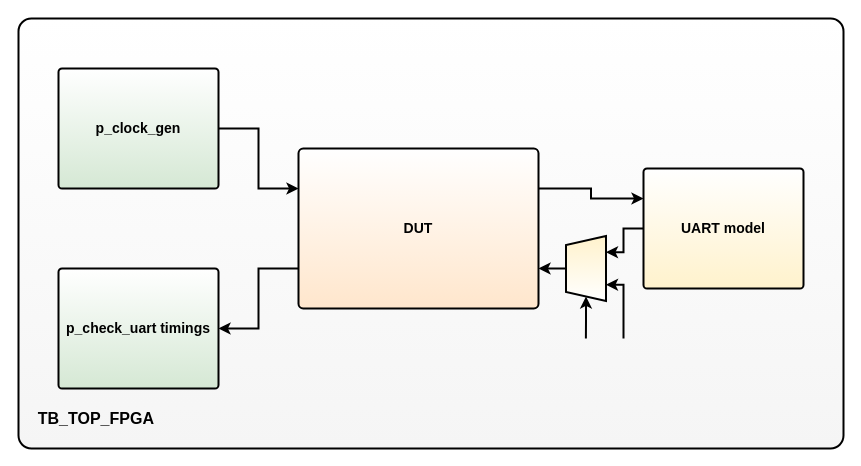
Before: page "TB-TOP-FPGA" (1 of 14) of docs/assets/uart.drawio in CharrierTim/uart, a draw.io diagram. Source tidied: cells renumbered, new cells numbered last; positions are measured from the earlier drawing's top-left corner, leaving out a move shared by most shapes. Both pictures are drawn from the tidied source at 100%, with x=0, y=0 at pixel (18, 18).
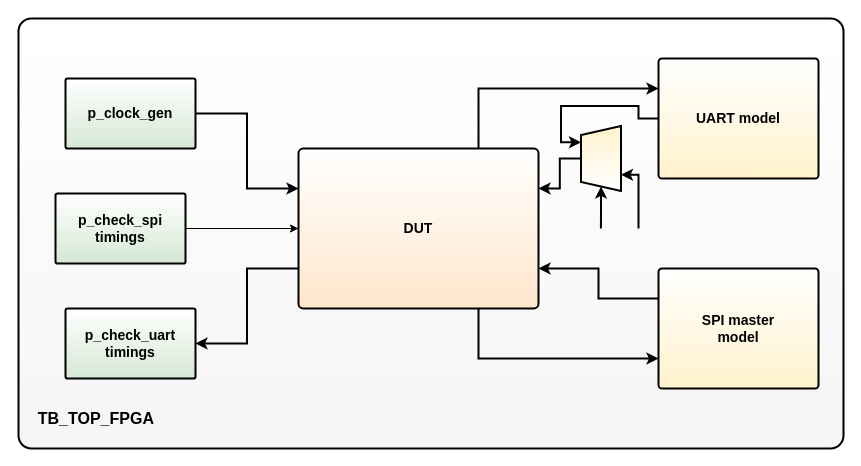
Above is the later version.

Commit message:
chore: update testbench diagram

The change refers to these unchanged cells:
```xml
<mxCell id="6" value="DUT" style="rounded=1;whiteSpace=wrap;html=1;fillColor=#ffe6cc;strokeColor=#000000;gradientDirection=north;strokeWidth=2;imageHeight=24;arcSize=3;gradientColor=#FFFFFF;textShadow=0;labelBorderColor=none;labelBackgroundColor=none;fontSize=14;fontStyle=1;" parent="2" vertex="1">
  <mxGeometry x="280" y="130" width="240" height="160" as="geometry" />
</mxCell>
```

Diff of the diagram source:
```diff
@@
-    <mxCell id="2" style="group;" parent="1" vertex="1">
+    <mxCell id="2" style="group;strokeWidth=2;" parent="1" vertex="1">
       <mxGeometry width="825" height="430" as="geometry" />
     </mxCell>
@@
-    <mxCell id="5" style="edgeStyle=orthogonalEdgeStyle;rounded=0;jettySize=auto;html=1;exitX=1;exitY=0.25;exitDx=0;exitDy=0;entryX=0;entryY=0.25;entryDx=0;entryDy=0;strokeWidth=2;" parent="2" edge="1" source="6" target="10">
+    <mxCell id="5" style="edgeStyle=orthogonalEdgeStyle;rounded=0;jettySize=auto;html=1;exitX=0.75;exitY=0;exitDx=0;exitDy=0;entryX=0;entryY=0.25;entryDx=0;entryDy=0;strokeWidth=2;" parent="2" edge="1" source="6" target="10">
       <mxGeometry relative="1" as="geometry" />
     </mxCell>
+    <mxCell id="17" style="edgeStyle=orthogonalEdgeStyle;rounded=0;jettySize=auto;html=1;exitX=0.75;exitY=1;exitDx=0;exitDy=0;entryX=0;entryY=0.75;entryDx=0;entryDy=0;strokeWidth=2;" parent="2" edge="1" source="6" target="19">
+      <mxGeometry relative="1" as="geometry" />
+    </mxCell>
@@
     <mxCell id="8" value="p_clock_gen" style="rounded=1;whiteSpace=wrap;html=1;fillColor=#d5e8d4;strokeColor=#000000;gradientDirection=north;strokeWidth=2;imageHeight=24;arcSize=3;textShadow=0;labelBorderColor=none;labelBackgroundColor=none;fontSize=14;fontStyle=1;gradientColor=#FFFFFF;" parent="2" vertex="1">
-      <mxGeometry x="40" y="50" width="160" height="120" as="geometry" />
+      <mxGeometry x="47" y="60" width="130" height="70" as="geometry" />
     </mxCell>
-    <mxCell id="9" style="edgeStyle=orthogonalEdgeStyle;rounded=0;jettySize=auto;html=1;entryX=0.25;entryY=0;entryDx=0;entryDy=0;strokeWidth=2;" parent="2" edge="1" source="10" target="16">
+    <mxCell id="9" style="edgeStyle=orthogonalEdgeStyle;rounded=0;jettySize=auto;html=1;entryX=0.25;entryY=1;entryDx=0;entryDy=0;strokeWidth=2;" parent="2" edge="1" source="10" target="16">
       <mxGeometry relative="1" as="geometry" />
     </mxCell>
     <mxCell id="10" value="UART model" style="rounded=1;whiteSpace=wrap;html=1;fillColor=#fff2cc;strokeColor=#000000;gradientDirection=north;strokeWidth=2;imageHeight=24;arcSize=3;textShadow=0;labelBorderColor=none;labelBackgroundColor=none;fontSize=14;fontStyle=1;gradientColor=#FFFFFF;" parent="2" vertex="1">
-      <mxGeometry x="625" y="150" width="160" height="120" as="geometry" />
+      <mxGeometry x="640" y="40" width="160" height="120" as="geometry" />
     </mxCell>
     <mxCell id="11" value="p_check_uart timings" style="rounded=1;whiteSpace=wrap;html=1;fillColor=#d5e8d4;strokeColor=#000000;gradientDirection=north;strokeWidth=2;imageHeight=24;arcSize=3;textShadow=0;labelBorderColor=none;labelBackgroundColor=none;fontSize=14;fontStyle=1;gradientColor=#FFFFFF;" parent="2" vertex="1">
-      <mxGeometry x="40" y="250" width="160" height="120" as="geometry" />
+      <mxGeometry x="47" y="290" width="130" height="70" as="geometry" />
     </mxCell>
@@
-    <mxCell id="13" style="edgeStyle=orthogonalEdgeStyle;rounded=0;jettySize=auto;html=1;exitX=0.5;exitY=1;exitDx=0;exitDy=0;entryX=1;entryY=0.75;entryDx=0;entryDy=0;strokeWidth=2;" parent="2" edge="1" source="16" target="6">
-      <mxGeometry relative="1" as="geometry" />
-    </mxCell>
     <mxCell id="14" style="edgeStyle=orthogonalEdgeStyle;rounded=0;jettySize=auto;html=1;exitX=1;exitY=0.5;exitDx=0;exitDy=0;startArrow=classic;startFill=1;endArrow=none;endFill=0;strokeWidth=2;" parent="2" edge="1" source="16">
       <mxGeometry relative="1" as="geometry">
-        <mxPoint x="567.4" y="320" as="targetPoint" />
+        <mxPoint x="582.4" y="210" as="targetPoint" />
       </mxGeometry>
     </mxCell>
     <mxCell id="15" style="edgeStyle=orthogonalEdgeStyle;rounded=0;jettySize=auto;html=1;exitX=0.75;exitY=0;exitDx=0;exitDy=0;startArrow=classic;startFill=1;endArrow=none;endFill=0;strokeWidth=2;" parent="2" edge="1" source="16">
       <mxGeometry relative="1" as="geometry">
-        <mxPoint x="605" y="320" as="targetPoint" />
+        <mxPoint x="620" y="210" as="targetPoint" />
         <Array as="points">
-          <mxPoint x="605" y="266" />
+          <mxPoint x="620" y="156" />
         </Array>
       </mxGeometry>
     </mxCell>
+    <mxCell id="13" style="edgeStyle=orthogonalEdgeStyle;rounded=0;jettySize=auto;html=1;entryX=1;entryY=0.25;entryDx=0;entryDy=0;strokeWidth=2;" parent="2" edge="1" source="16" target="6">
+      <mxGeometry relative="1" as="geometry" />
+    </mxCell>
     <mxCell id="16" style="verticalLabelPosition=middle;verticalAlign=middle;html=1;shape=trapezoid;perimeter=trapezoidPerimeter;whiteSpace=wrap;size=0.14;arcSize=3;flipV=1;labelPosition=center;align=center;rotation=90;fillColor=#fff2cc;strokeColor=#000000;strokeWidth=2;gradientColor=#FFFFFF;gradientDirection=east;" parent="2" vertex="1">
-      <mxGeometry x="535" y="230" width="65" height="40" as="geometry" />
+      <mxGeometry x="550" y="120" width="65" height="40" as="geometry" />
     </mxCell>
+    <mxCell id="18" style="edgeStyle=orthogonalEdgeStyle;rounded=0;jettySize=auto;html=1;entryX=1;entryY=0.75;entryDx=0;entryDy=0;exitX=0;exitY=0.25;exitDx=0;exitDy=0;strokeWidth=2;" parent="2" edge="1" source="19" target="6">
+      <mxGeometry relative="1" as="geometry" />
+    </mxCell>
+    <mxCell id="19" value="&lt;div&gt;SPI master&lt;/div&gt;&lt;div&gt;model&lt;/div&gt;" style="rounded=1;whiteSpace=wrap;html=1;fillColor=#fff2cc;strokeColor=#000000;gradientDirection=north;strokeWidth=2;imageHeight=24;arcSize=3;textShadow=0;labelBorderColor=none;labelBackgroundColor=none;fontSize=14;fontStyle=1;gradientColor=#FFFFFF;" parent="2" vertex="1">
+      <mxGeometry x="640" y="250" width="160" height="120" as="geometry" />
+    </mxCell>
+    <mxCell id="20" style="edgeStyle=orthogonalEdgeStyle;rounded=0;jettySize=auto;html=1;" parent="2" edge="1" source="21" target="6">
+      <mxGeometry relative="1" as="geometry" />
+    </mxCell>
+    <mxCell id="21" value="p_check_spi timings" style="rounded=1;whiteSpace=wrap;html=1;fillColor=#d5e8d4;strokeColor=#000000;gradientDirection=north;strokeWidth=2;imageHeight=24;arcSize=3;textShadow=0;labelBorderColor=none;labelBackgroundColor=none;fontSize=14;fontStyle=1;gradientColor=#FFFFFF;" parent="2" vertex="1">
+      <mxGeometry x="37" y="175" width="130" height="70" as="geometry" />
+    </mxCell>
```
